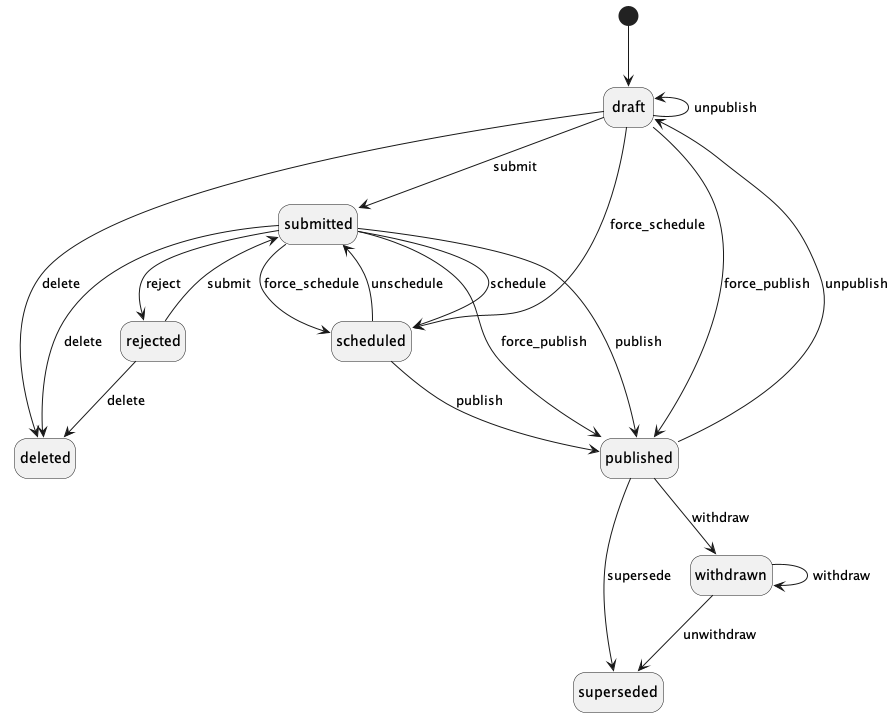
Earlier version of the PlantUML export docs/diagrams/edition_state_transitions.png (alphagov/whitehall).
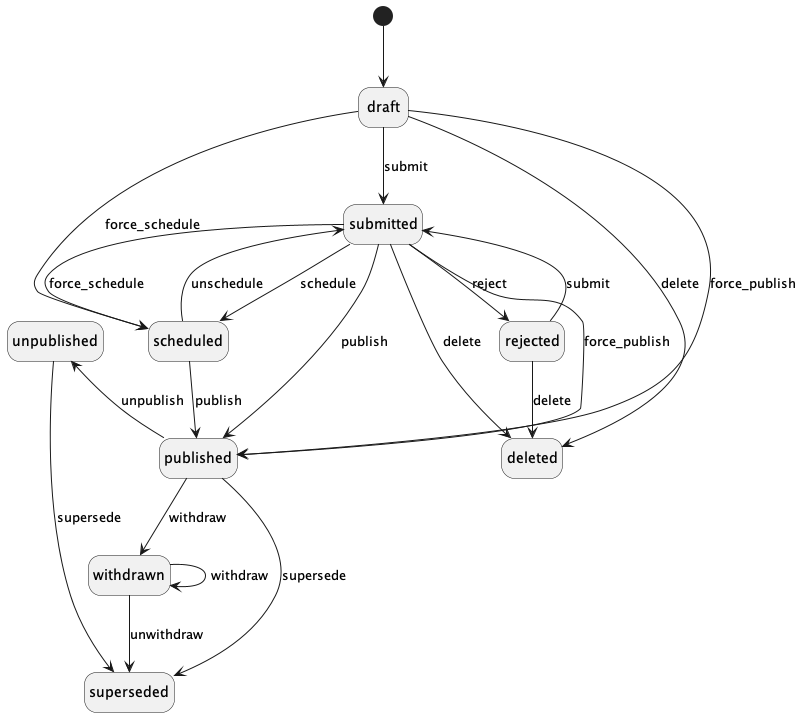
After the commit.

What changed in the source:
```diff
@@ -24,10 +24,10 @@
 draft -[norank]-> published: force_publish
 submitted -[norank]-> published: force_publish
 
-published -u-> draft: unpublish
-draft -u-> draft: unpublish
+published -u-> unpublished: unpublish
 
 published --> superseded: supersede
+unpublished --> superseded: supersede
 
 published --> withdrawn: withdraw
 withdrawn --> withdrawn: withdraw
```
